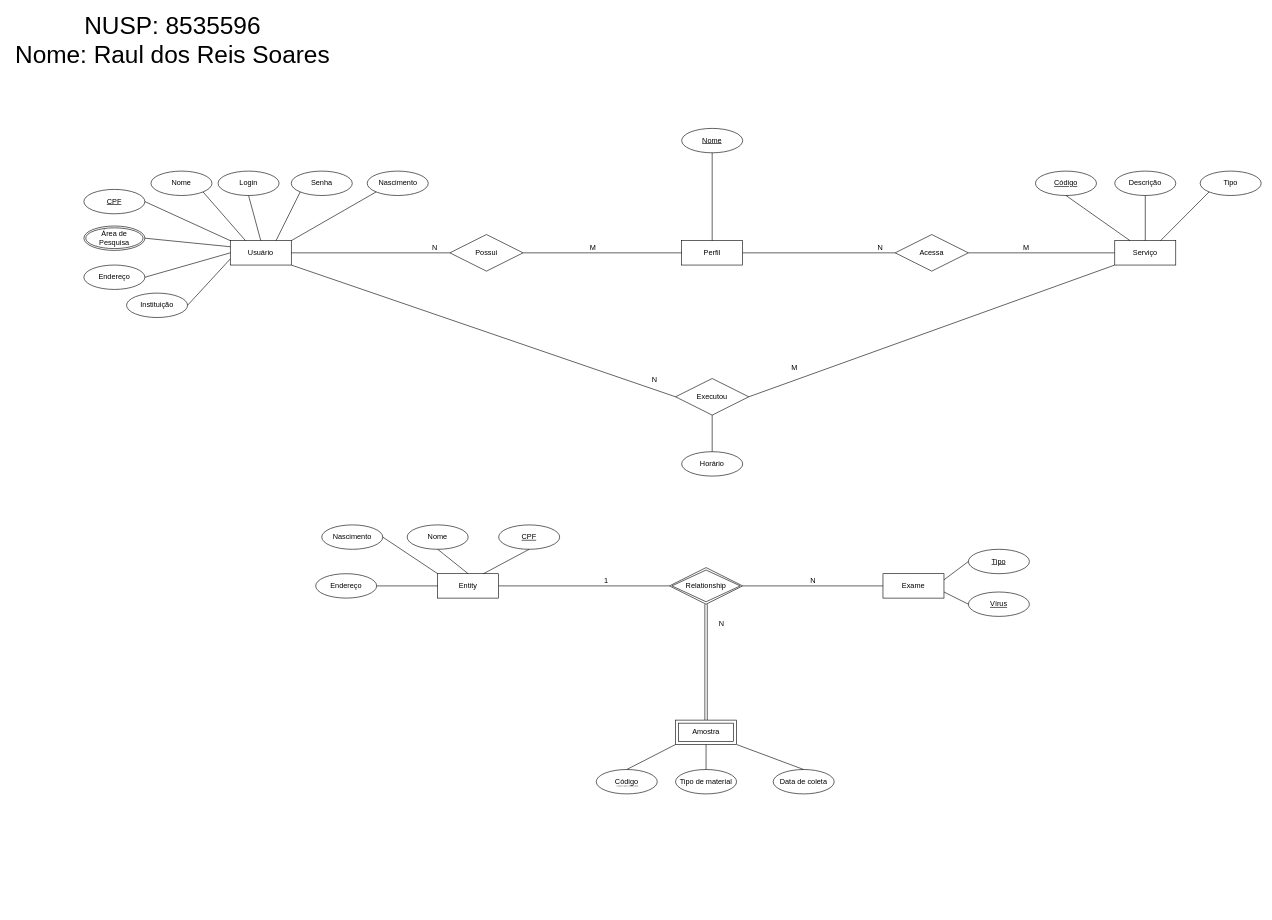
This is Untitled Diagram.drawio from RaulReisS/EPMAC0350, a draw.io file, before an edit. Source tidied: cells renumbered, new cells numbered last; positions are measured from the earlier drawing's top-left corner, leaving out a move shared by most shapes. Both pictures are drawn from the tidied source at 61%, with x=0, y=0 at pixel (10, 24).
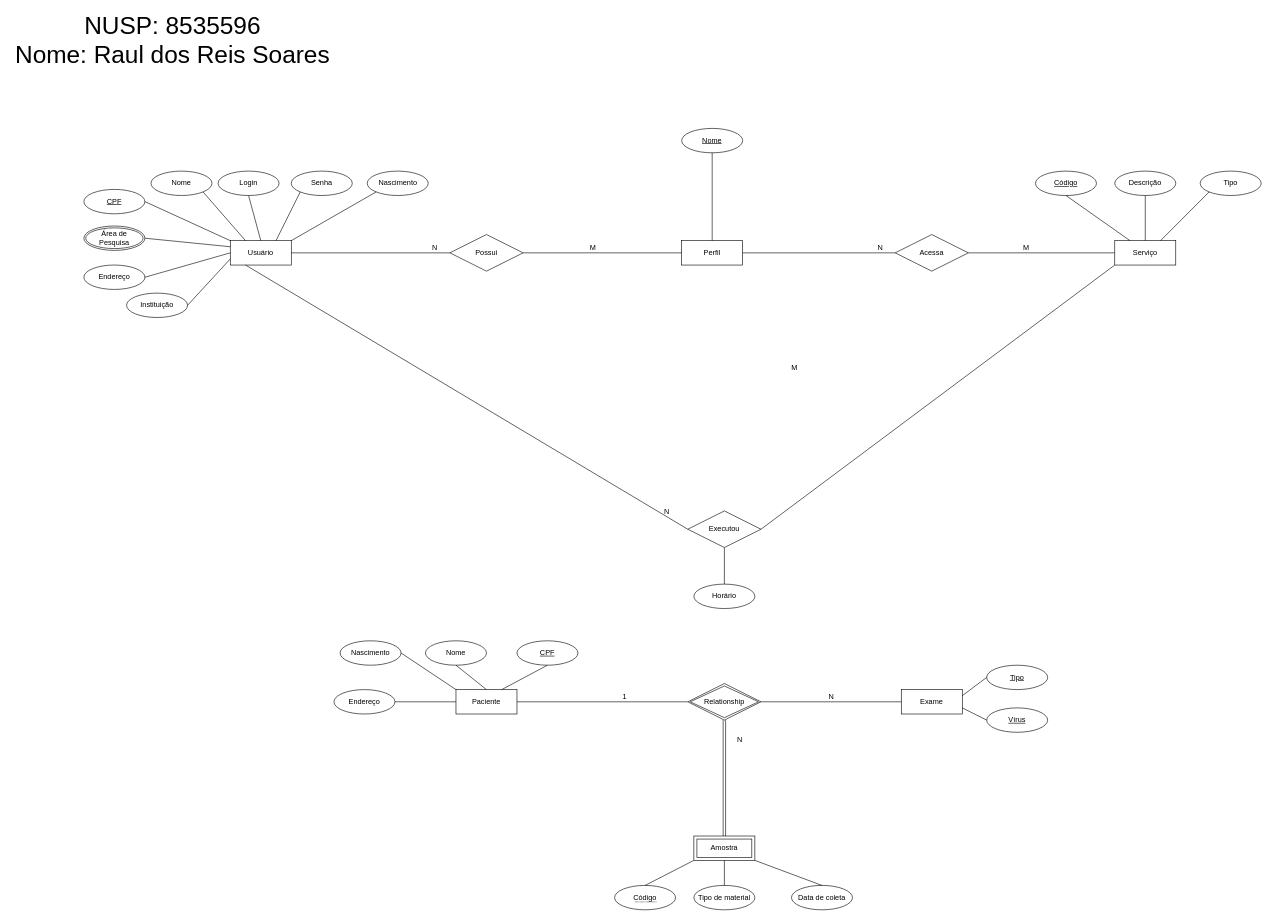
Above is the later version.

Unchanged cells that the change refers to:
```xml
<mxCell id="3" value="Usuário" style="whiteSpace=wrap;html=1;align=center;" parent="1" vertex="1">
  <mxGeometry x="360" y="354" width="100" height="40" as="geometry" />
</mxCell>
```

What changed in the source:
```diff
@@
     <mxCell id="40" value="Executou" style="shape=rhombus;perimeter=rhombusPerimeter;whiteSpace=wrap;html=1;align=center;" parent="1" vertex="1">
-      <mxGeometry x="1090" y="580" width="120" height="60" as="geometry" />
+      <mxGeometry x="1110" y="797.1" width="120" height="60" as="geometry" />
     </mxCell>
-    <mxCell id="41" style="endArrow=none;html=1;rounded=0;entryX=0;entryY=0.5;entryDx=0;entryDy=0;exitX=1;exitY=1;exitDx=0;exitDy=0;" parent="1" edge="1" source="3" target="40">
+    <mxCell id="41" style="endArrow=none;html=1;rounded=0;entryX=0;entryY=0.5;entryDx=0;entryDy=0;exitX=0.25;exitY=1;exitDx=0;exitDy=0;" parent="1" edge="1" source="3" target="40">
       <mxGeometry relative="1" as="geometry" />
     </mxCell>
@@
     <mxCell id="45" value="Horário" style="ellipse;whiteSpace=wrap;html=1;align=center;" parent="1" vertex="1">
-      <mxGeometry x="1100" y="700" width="100" height="40" as="geometry" />
+      <mxGeometry x="1120" y="917.1" width="100" height="40" as="geometry" />
     </mxCell>
@@
-    <mxCell id="47" value="Entity" style="whiteSpace=wrap;html=1;align=center;" parent="1" vertex="1">
-      <mxGeometry x="700" y="900" width="100" height="40" as="geometry" />
+    <mxCell id="47" value="Paciente" style="whiteSpace=wrap;html=1;align=center;" parent="1" vertex="1">
+      <mxGeometry x="730" y="1090" width="100" height="40" as="geometry" />
     </mxCell>
     <mxCell id="48" value="CPF" style="ellipse;whiteSpace=wrap;html=1;align=center;fontStyle=4;" parent="1" vertex="1">
-      <mxGeometry x="800" y="820" width="100" height="40" as="geometry" />
+      <mxGeometry x="830" y="1010" width="100" height="40" as="geometry" />
     </mxCell>
     <mxCell id="49" value="Nome" style="ellipse;whiteSpace=wrap;html=1;align=center;" parent="1" vertex="1">
-      <mxGeometry x="650" y="820" width="100" height="40" as="geometry" />
+      <mxGeometry x="680" y="1010" width="100" height="40" as="geometry" />
     </mxCell>
     <mxCell id="50" value="Nascimento" style="ellipse;whiteSpace=wrap;html=1;align=center;" parent="1" vertex="1">
-      <mxGeometry x="510" y="820" width="100" height="40" as="geometry" />
+      <mxGeometry x="540" y="1010" width="100" height="40" as="geometry" />
     </mxCell>
     <mxCell id="51" value="Endereço" style="ellipse;whiteSpace=wrap;html=1;align=center;" parent="1" vertex="1">
-      <mxGeometry x="500" y="900" width="100" height="40" as="geometry" />
+      <mxGeometry x="530" y="1090" width="100" height="40" as="geometry" />
     </mxCell>
@@
     <mxCell id="56" value="Relationship" style="shape=rhombus;double=1;perimeter=rhombusPerimeter;whiteSpace=wrap;html=1;align=center;" parent="1" vertex="1">
-      <mxGeometry x="1080" y="890" width="120" height="60" as="geometry" />
+      <mxGeometry x="1110" y="1080" width="120" height="60" as="geometry" />
     </mxCell>
     <mxCell id="57" value="Exame" style="whiteSpace=wrap;html=1;align=center;" parent="1" vertex="1">
-      <mxGeometry x="1430" y="900" width="100" height="40" as="geometry" />
+      <mxGeometry x="1460" y="1090" width="100" height="40" as="geometry" />
     </mxCell>
     <mxCell id="58" value="Vírus" style="ellipse;whiteSpace=wrap;html=1;align=center;fontStyle=4;" parent="1" vertex="1">
-      <mxGeometry x="1570" y="930" width="100" height="40" as="geometry" />
+      <mxGeometry x="1600" y="1120" width="100" height="40" as="geometry" />
     </mxCell>
     <mxCell id="59" value="Tipo" style="ellipse;whiteSpace=wrap;html=1;align=center;fontStyle=4;" parent="1" vertex="1">
-      <mxGeometry x="1570" y="860" width="100" height="40" as="geometry" />
+      <mxGeometry x="1600" y="1050" width="100" height="40" as="geometry" />
     </mxCell>
@@
     <mxCell id="68" value="Amostra" style="shape=ext;margin=3;double=1;whiteSpace=wrap;html=1;align=center;" parent="1" vertex="1">
-      <mxGeometry x="1090" y="1140" width="100" height="40" as="geometry" />
+      <mxGeometry x="1120" y="1330" width="100" height="40" as="geometry" />
     </mxCell>
     <mxCell id="69" value="&lt;span style=&quot;border-bottom: 1px dotted&quot;&gt;Código&lt;/span&gt;" style="ellipse;whiteSpace=wrap;html=1;align=center;" parent="1" vertex="1">
-      <mxGeometry x="960" y="1221" width="100" height="40" as="geometry" />
+      <mxGeometry x="990" y="1411" width="100" height="40" as="geometry" />
     </mxCell>
     <mxCell id="70" value="Tipo de material" style="ellipse;whiteSpace=wrap;html=1;align=center;" parent="1" vertex="1">
-      <mxGeometry x="1090" y="1221" width="100" height="40" as="geometry" />
+      <mxGeometry x="1120" y="1411" width="100" height="40" as="geometry" />
     </mxCell>
     <mxCell id="71" value="Data de coleta" style="ellipse;whiteSpace=wrap;html=1;align=center;" parent="1" vertex="1">
-      <mxGeometry x="1250" y="1221" width="100" height="40" as="geometry" />
+      <mxGeometry x="1280" y="1411" width="100" height="40" as="geometry" />
     </mxCell>
```
